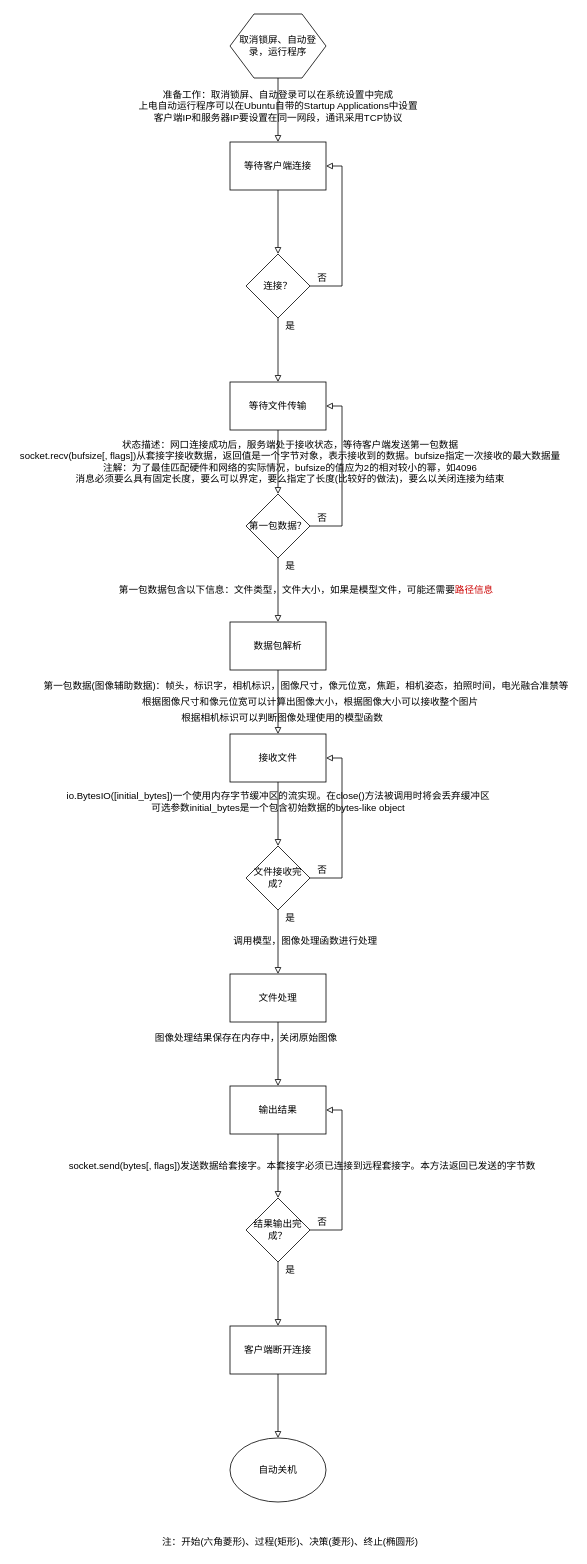
Above: 图像处理软件概要设计.drawio in hhwjsw711/image_process (draw.io), before the change. Source tidied: cells renumbered, new cells numbered last; positions are measured from the earlier drawing's top-left corner, leaving out a move shared by most shapes. Both pictures are drawn from the tidied source at 80%, with x=0, y=0 at pixel (14, 14).
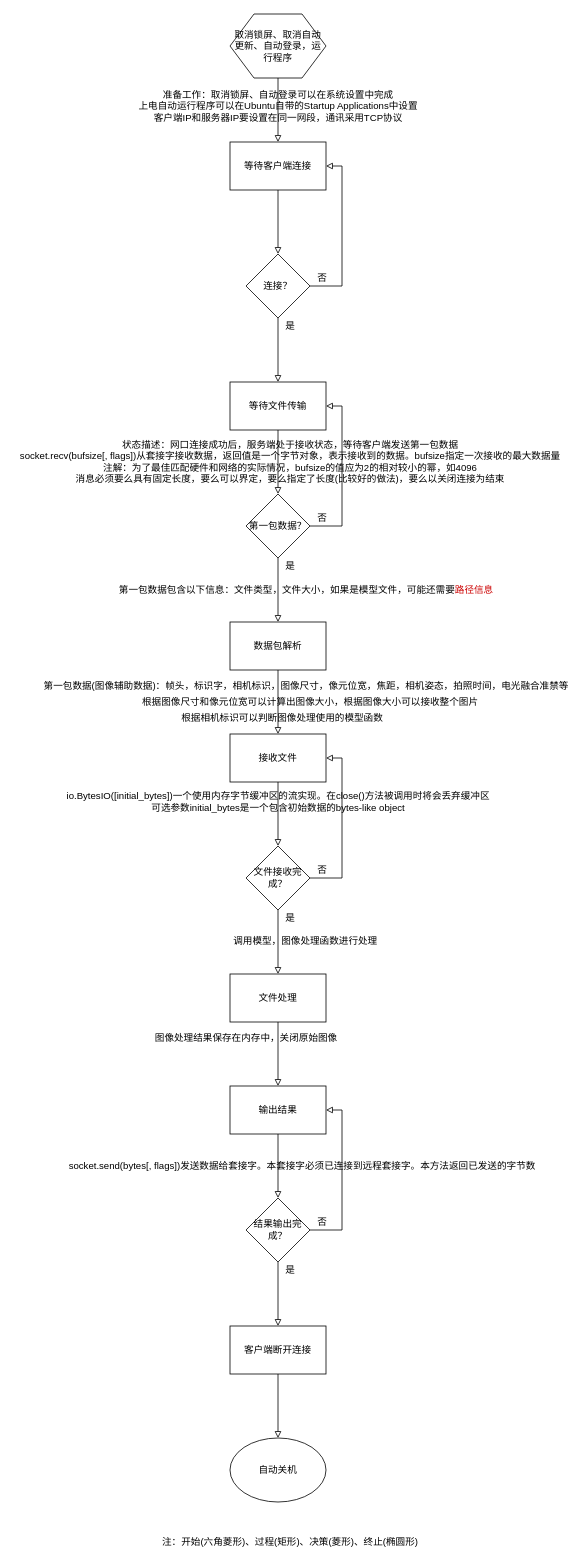
After the change.

Commit message:
更新图像处理软件概要设计.drawio

Change to the diagram source:
```diff
@@
-    <mxCell id="4" value="取消锁屏、自动登录，运行程序" style="shape=hexagon;perimeter=hexagonPerimeter2;whiteSpace=wrap;html=1;shadow=0;strokeWidth=1;" parent="1" vertex="1">
+    <mxCell id="4" value="取消锁屏、取消自动更新、自动登录，运行程序" style="shape=hexagon;perimeter=hexagonPerimeter2;whiteSpace=wrap;html=1;shadow=0;strokeWidth=1;" parent="1" vertex="1">
       <mxGeometry x="270" width="120" height="80" as="geometry" />
     </mxCell>
```
